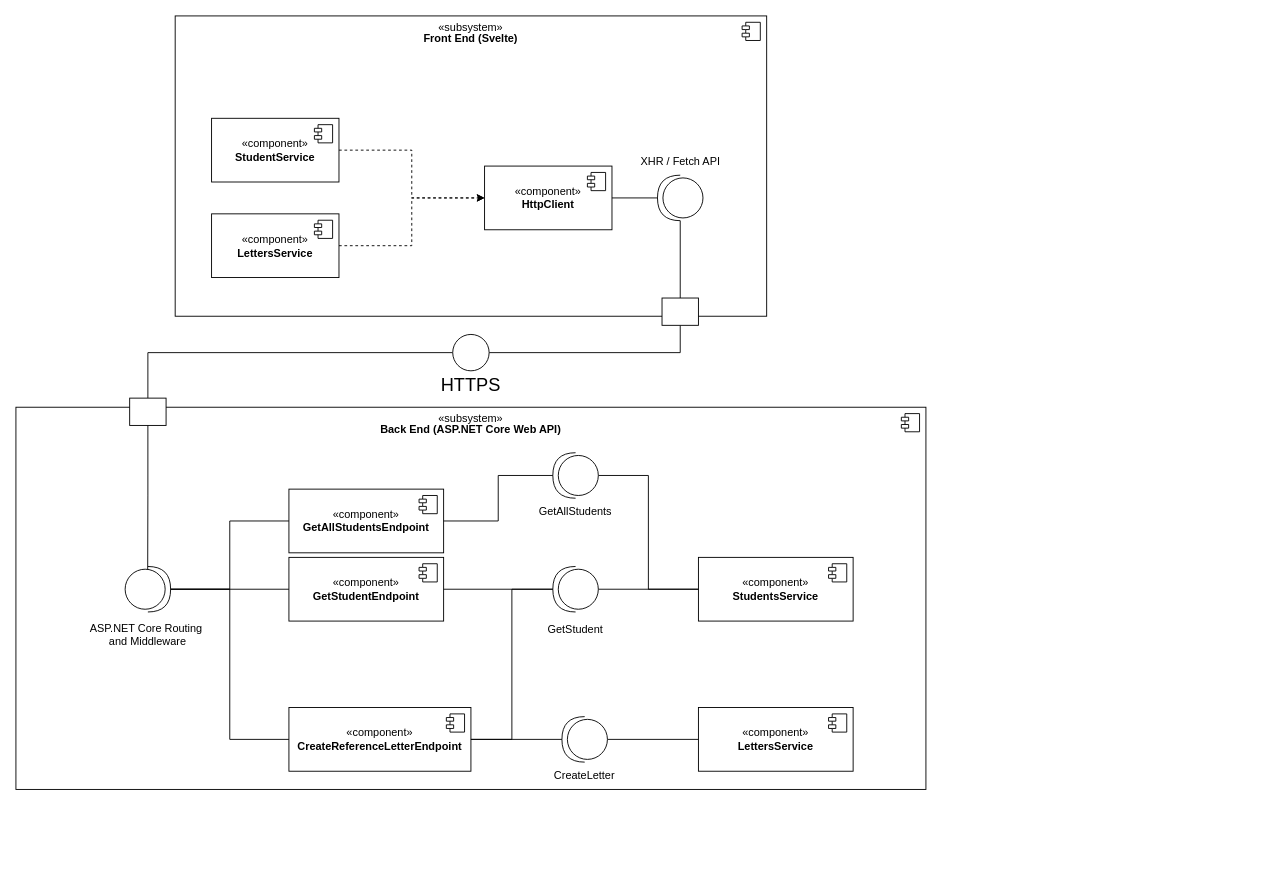
Noveboi/UniLetters.Diagrams keeps this draw.io diagram as Component/Component.drawio. Above is the earlier version. Source tidied: cells renumbered, new cells numbered last; positions are measured from the earlier drawing's top-left corner, leaving out a move shared by most shapes. Both pictures are drawn from the tidied source at 91%, with x=0, y=0 at pixel (15, 15).
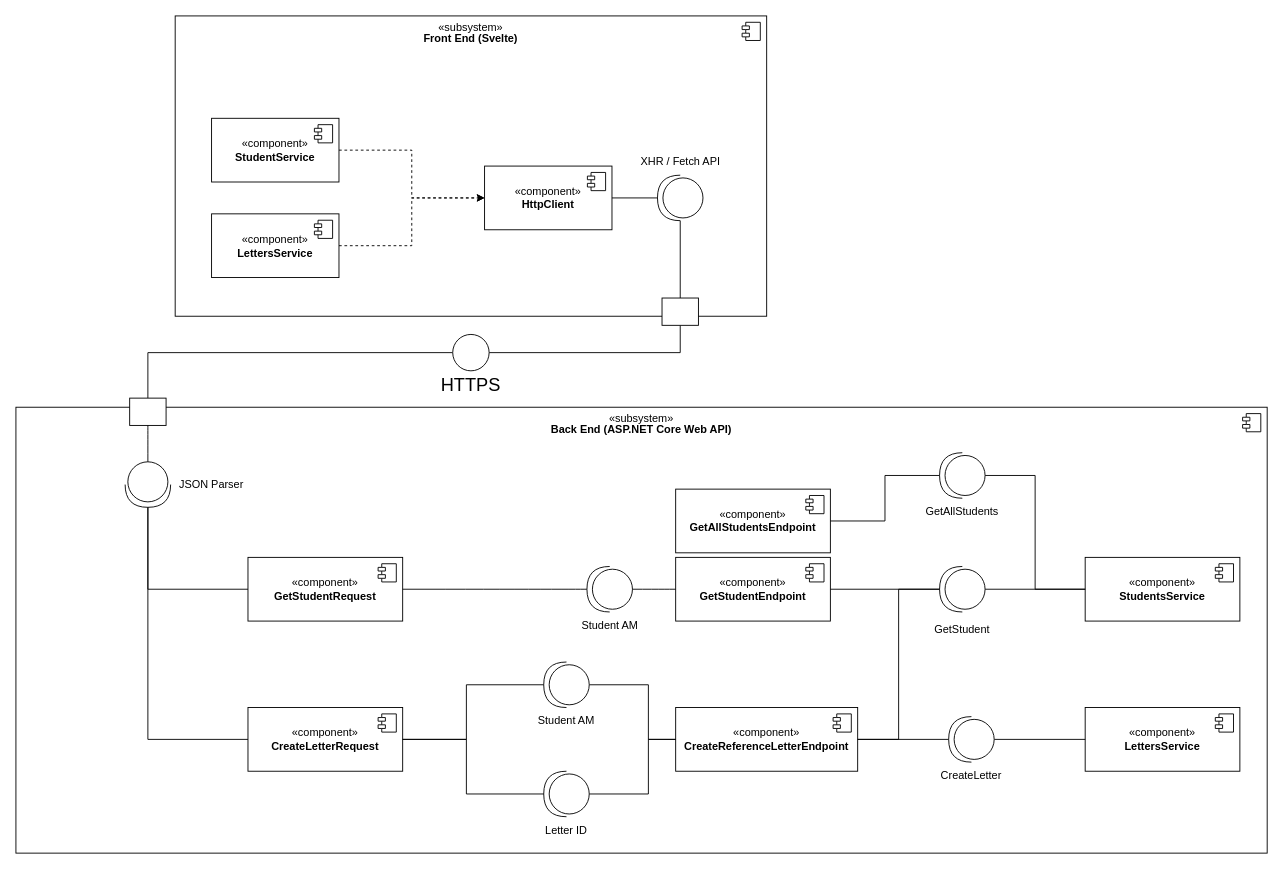
The same page after the edit.

Commit message:
Add more detail to back-end subsystem in Component v2

Unchanged cells that the change refers to:
```xml
<mxCell id="9" style="rounded=0;whiteSpace=wrap;html=1;strokeColor=default;align=center;verticalAlign=middle;fontFamily=Helvetica;fontSize=12;fontColor=default;fillColor=default;" parent="1" vertex="1">
  <mxGeometry x="125" y="420" width="40" height="30" as="geometry" />
</mxCell>
```

What changed in the source:
```diff
@@
     <mxCell id="4" value="&lt;div style=&quot;line-height: 100%;&quot;&gt;«subsystem»&lt;br&gt;&lt;b&gt;Back End (ASP.NET Core Web API)&lt;/b&gt;&lt;/div&gt;" style="html=1;whiteSpace=wrap;align=center;imageVerticalAlign=top;imageAspect=1;verticalAlign=top;" parent="1" vertex="1">
-      <mxGeometry y="430" width="1000" height="420" as="geometry" />
+      <mxGeometry y="430" width="1375" height="490" as="geometry" />
     </mxCell>
@@
     <mxCell id="24" value="«component»&lt;br&gt;&lt;b&gt;GetAllStudentsEndpoint&lt;/b&gt;" style="html=1;whiteSpace=wrap;strokeColor=default;align=center;verticalAlign=middle;fontFamily=Helvetica;fontSize=12;fontColor=default;fillColor=default;" parent="1" vertex="1">
-      <mxGeometry x="300" y="520" width="170" height="70" as="geometry" />
+      <mxGeometry x="725" y="520" width="170" height="70" as="geometry" />
     </mxCell>
@@
     <mxCell id="26" value="«component»&lt;br&gt;&lt;b&gt;GetStudentEndpoint&lt;/b&gt;" style="html=1;whiteSpace=wrap;strokeColor=default;align=center;verticalAlign=middle;fontFamily=Helvetica;fontSize=12;fontColor=default;fillColor=default;" parent="1" vertex="1">
-      <mxGeometry x="300" y="595" width="170" height="70" as="geometry" />
+      <mxGeometry x="725" y="595" width="170" height="70" as="geometry" />
     </mxCell>
@@
     <mxCell id="28" value="«component»&lt;br&gt;&lt;b&gt;CreateReferenceLetterEndpoint&lt;/b&gt;" style="html=1;whiteSpace=wrap;strokeColor=default;align=center;verticalAlign=middle;fontFamily=Helvetica;fontSize=12;fontColor=default;fillColor=default;" parent="1" vertex="1">
-      <mxGeometry x="300" y="760" width="200" height="70" as="geometry" />
+      <mxGeometry x="725" y="760" width="200" height="70" as="geometry" />
     </mxCell>
@@
-    <mxCell id="30" style="edgeStyle=orthogonalEdgeStyle;rounded=0;jettySize=auto;html=1;exitX=1;exitY=0.5;exitDx=0;exitDy=0;exitPerimeter=0;entryX=0;entryY=0.5;entryDx=0;entryDy=0;fontFamily=Helvetica;fontSize=12;fontColor=default;endArrow=none;startFill=0;" parent="1" edge="1" source="31" target="24">
-      <mxGeometry relative="1" as="geometry" />
-    </mxCell>
-    <mxCell id="31" style="shape=providedRequiredInterface;html=1;verticalLabelPosition=bottom;sketch=0;strokeColor=default;align=center;verticalAlign=middle;fontFamily=Helvetica;fontSize=12;fontColor=default;fillColor=default;rotation=0;" parent="1" vertex="1">
-      <mxGeometry x="120" y="605" width="50" height="50" as="geometry" />
-    </mxCell>
-    <mxCell id="32" style="edgeStyle=orthogonalEdgeStyle;rounded=0;jettySize=auto;html=1;entryX=1;entryY=0.5;entryDx=0;entryDy=0;entryPerimeter=0;fontFamily=Helvetica;fontSize=12;fontColor=default;endArrow=none;startFill=0;" parent="1" edge="1" source="26" target="31">
-      <mxGeometry relative="1" as="geometry" />
-    </mxCell>
-    <mxCell id="33" style="edgeStyle=orthogonalEdgeStyle;rounded=0;jettySize=auto;html=1;entryX=1;entryY=0.5;entryDx=0;entryDy=0;entryPerimeter=0;fontFamily=Helvetica;fontSize=12;fontColor=default;endArrow=none;startFill=0;" parent="1" edge="1" source="28" target="31">
-      <mxGeometry relative="1" as="geometry" />
-    </mxCell>
-    <mxCell id="34" style="edgeStyle=orthogonalEdgeStyle;rounded=0;jettySize=auto;html=1;entryX=0.496;entryY=0.062;entryDx=0;entryDy=0;entryPerimeter=0;fontFamily=Helvetica;fontSize=12;fontColor=default;endArrow=none;startFill=0;" parent="1" edge="1" source="9" target="31">
-      <mxGeometry relative="1" as="geometry" />
-    </mxCell>
-    <mxCell id="35" value="ASP.NET Core Routing&amp;nbsp;&lt;div&gt;and Middleware&lt;/div&gt;" style="text;html=1;align=center;verticalAlign=middle;whiteSpace=wrap;rounded=0;fontFamily=Helvetica;fontSize=12;fontColor=default;" parent="1" vertex="1">
-      <mxGeometry x="65" y="660" width="160" height="40" as="geometry" />
-    </mxCell>
     <mxCell id="36" value="«component»&lt;br&gt;&lt;b&gt;StudentsService&lt;/b&gt;" style="html=1;whiteSpace=wrap;strokeColor=default;align=center;verticalAlign=middle;fontFamily=Helvetica;fontSize=12;fontColor=default;fillColor=default;" parent="1" vertex="1">
-      <mxGeometry x="750" y="595" width="170" height="70" as="geometry" />
+      <mxGeometry x="1175" y="595" width="170" height="70" as="geometry" />
     </mxCell>
@@
     <mxCell id="38" value="«component»&lt;br&gt;&lt;b&gt;LettersService&lt;/b&gt;" style="html=1;whiteSpace=wrap;strokeColor=default;align=center;verticalAlign=middle;fontFamily=Helvetica;fontSize=12;fontColor=default;fillColor=default;" parent="1" vertex="1">
-      <mxGeometry x="750" y="760" width="170" height="70" as="geometry" />
+      <mxGeometry x="1175" y="760" width="170" height="70" as="geometry" />
     </mxCell>
@@
     <mxCell id="41" style="shape=providedRequiredInterface;html=1;verticalLabelPosition=bottom;sketch=0;strokeColor=default;align=center;verticalAlign=middle;fontFamily=Helvetica;fontSize=12;fontColor=default;fillColor=default;rotation=-180;" parent="1" vertex="1">
-      <mxGeometry x="590" y="480" width="50" height="50" as="geometry" />
+      <mxGeometry x="1015" y="480" width="50" height="50" as="geometry" />
     </mxCell>
@@
     <mxCell id="43" value="GetAllStudents" style="text;html=1;align=center;verticalAlign=middle;whiteSpace=wrap;rounded=0;fontFamily=Helvetica;fontSize=12;fontColor=default;" parent="1" vertex="1">
-      <mxGeometry x="565" y="530" width="100" height="30" as="geometry" />
+      <mxGeometry x="990" y="530" width="100" height="30" as="geometry" />
     </mxCell>
@@
     <mxCell id="45" style="shape=providedRequiredInterface;html=1;verticalLabelPosition=bottom;sketch=0;strokeColor=default;align=center;verticalAlign=middle;fontFamily=Helvetica;fontSize=12;fontColor=default;fillColor=default;rotation=-180;" parent="1" vertex="1">
-      <mxGeometry x="590" y="605" width="50" height="50" as="geometry" />
+      <mxGeometry x="1015" y="605" width="50" height="50" as="geometry" />
     </mxCell>
     <mxCell id="46" value="GetStudent" style="text;html=1;align=center;verticalAlign=middle;whiteSpace=wrap;rounded=0;fontFamily=Helvetica;fontSize=12;fontColor=default;" parent="1" vertex="1">
-      <mxGeometry x="565" y="660" width="100" height="30" as="geometry" />
+      <mxGeometry x="990" y="660" width="100" height="30" as="geometry" />
     </mxCell>
@@
     <mxCell id="50" style="shape=providedRequiredInterface;html=1;verticalLabelPosition=bottom;sketch=0;strokeColor=default;align=center;verticalAlign=middle;fontFamily=Helvetica;fontSize=12;fontColor=default;fillColor=default;rotation=-180;" parent="1" vertex="1">
-      <mxGeometry x="600" y="770" width="50" height="50" as="geometry" />
+      <mxGeometry x="1025" y="770" width="50" height="50" as="geometry" />
     </mxCell>
     <mxCell id="51" value="CreateLetter" style="text;html=1;align=center;verticalAlign=middle;whiteSpace=wrap;rounded=0;fontFamily=Helvetica;fontSize=12;fontColor=default;" parent="1" vertex="1">
-      <mxGeometry x="575" y="820" width="100" height="30" as="geometry" />
+      <mxGeometry x="1000" y="820" width="100" height="30" as="geometry" />
     </mxCell>
@@
+    <mxCell id="53" style="edgeStyle=none;curved=0;rounded=0;jettySize=auto;html=1;exitX=1;exitY=0.5;exitDx=0;exitDy=0;exitPerimeter=0;entryX=0;entryY=0.5;entryDx=0;entryDy=0;fontSize=12;startSize=8;endSize=8;endArrow=none;startFill=0;" parent="1" edge="1" source="55" target="58">
+      <mxGeometry relative="1" as="geometry">
+        <Array as="points">
+          <mxPoint x="145" y="630" />
+        </Array>
+      </mxGeometry>
+    </mxCell>
+    <mxCell id="54" style="edgeStyle=none;curved=0;rounded=0;jettySize=auto;html=1;exitX=1;exitY=0.5;exitDx=0;exitDy=0;exitPerimeter=0;entryX=0;entryY=0.5;entryDx=0;entryDy=0;fontSize=12;startSize=8;endSize=8;endArrow=none;startFill=0;" parent="1" edge="1" source="55" target="60">
+      <mxGeometry relative="1" as="geometry">
+        <Array as="points">
+          <mxPoint x="145" y="795" />
+        </Array>
+      </mxGeometry>
+    </mxCell>
+    <mxCell id="55" style="shape=providedRequiredInterface;html=1;verticalLabelPosition=bottom;sketch=0;rotation=90;" parent="1" vertex="1">
+      <mxGeometry x="120" y="490" width="50" height="50" as="geometry" />
+    </mxCell>
+    <mxCell id="56" style="edgeStyle=none;curved=1;rounded=0;jettySize=auto;html=1;exitX=0.5;exitY=1;exitDx=0;exitDy=0;entryX=0;entryY=0.5;entryDx=0;entryDy=0;entryPerimeter=0;fontSize=12;startSize=8;endSize=8;endArrow=none;startFill=0;" parent="1" edge="1" source="9" target="55">
+      <mxGeometry relative="1" as="geometry" />
+    </mxCell>
+    <mxCell id="57" value="Student AM" style="text;html=1;align=center;verticalAlign=middle;whiteSpace=wrap;rounded=0;fontFamily=Helvetica;fontSize=12;fontColor=default;" parent="1" vertex="1">
+      <mxGeometry x="612.5" y="655" width="80" height="30" as="geometry" />
+    </mxCell>
+    <mxCell id="58" value="«component»&lt;br&gt;&lt;b&gt;GetStudentRequest&lt;/b&gt;" style="html=1;whiteSpace=wrap;strokeColor=default;align=center;verticalAlign=middle;fontFamily=Helvetica;fontSize=12;fontColor=default;fillColor=default;" parent="1" vertex="1">
+      <mxGeometry x="255" y="595" width="170" height="70" as="geometry" />
+    </mxCell>
+    <mxCell id="59" style="shape=module;jettyWidth=8;jettyHeight=4;strokeColor=default;align=center;verticalAlign=middle;fontFamily=Helvetica;fontSize=12;fontColor=default;fillColor=default;" parent="58" vertex="1">
+      <mxGeometry x="1" width="20" height="20" relative="1" as="geometry">
+        <mxPoint x="-27" y="7" as="offset" />
+      </mxGeometry>
+    </mxCell>
+    <mxCell id="60" value="«component»&lt;br&gt;&lt;b&gt;CreateLetterRequest&lt;/b&gt;" style="html=1;whiteSpace=wrap;strokeColor=default;align=center;verticalAlign=middle;fontFamily=Helvetica;fontSize=12;fontColor=default;fillColor=default;" parent="1" vertex="1">
+      <mxGeometry x="255" y="760" width="170" height="70" as="geometry" />
+    </mxCell>
+    <mxCell id="61" style="shape=module;jettyWidth=8;jettyHeight=4;strokeColor=default;align=center;verticalAlign=middle;fontFamily=Helvetica;fontSize=12;fontColor=default;fillColor=default;" parent="60" vertex="1">
+      <mxGeometry x="1" width="20" height="20" relative="1" as="geometry">
+        <mxPoint x="-27" y="7" as="offset" />
+      </mxGeometry>
+    </mxCell>
+    <mxCell id="62" style="edgeStyle=none;curved=1;rounded=0;jettySize=auto;html=1;exitX=1;exitY=0.5;exitDx=0;exitDy=0;exitPerimeter=0;entryX=1;entryY=0.5;entryDx=0;entryDy=0;fontSize=12;startSize=8;endSize=8;endArrow=none;startFill=0;" parent="1" edge="1" source="63" target="58">
+      <mxGeometry relative="1" as="geometry" />
+    </mxCell>
+    <mxCell id="63" style="shape=providedRequiredInterface;html=1;verticalLabelPosition=bottom;sketch=0;strokeColor=default;align=center;verticalAlign=middle;fontFamily=Helvetica;fontSize=12;fontColor=default;fillColor=default;rotation=-180;" parent="1" vertex="1">
+      <mxGeometry x="627.5" y="605" width="50" height="50" as="geometry" />
+    </mxCell>
+    <mxCell id="64" style="edgeStyle=none;curved=1;rounded=0;jettySize=auto;html=1;entryX=0;entryY=0.5;entryDx=0;entryDy=0;entryPerimeter=0;fontSize=12;startSize=8;endSize=8;endArrow=none;startFill=0;" parent="1" edge="1" source="26" target="63">
+      <mxGeometry relative="1" as="geometry" />
+    </mxCell>
+    <mxCell id="65" value="JSON Parser" style="text;html=1;align=center;verticalAlign=middle;whiteSpace=wrap;rounded=0;fontFamily=Helvetica;fontSize=12;fontColor=default;" parent="1" vertex="1">
+      <mxGeometry x="175" y="500" width="80" height="30" as="geometry" />
+    </mxCell>
+    <mxCell id="66" style="edgeStyle=none;curved=0;rounded=0;jettySize=auto;html=1;entryX=0;entryY=0.5;entryDx=0;entryDy=0;fontSize=12;startSize=8;endSize=8;endArrow=none;startFill=0;" parent="1" edge="1" source="67" target="28">
+      <mxGeometry relative="1" as="geometry">
+        <Array as="points">
+          <mxPoint x="695" y="735" />
+          <mxPoint x="695" y="795" />
+        </Array>
+      </mxGeometry>
+    </mxCell>
+    <mxCell id="67" style="shape=providedRequiredInterface;html=1;verticalLabelPosition=bottom;sketch=0;strokeColor=default;align=center;verticalAlign=middle;fontFamily=Helvetica;fontSize=12;fontColor=default;fillColor=default;rotation=-180;" parent="1" vertex="1">
+      <mxGeometry x="580" y="710" width="50" height="50" as="geometry" />
+    </mxCell>
+    <mxCell id="68" style="edgeStyle=none;curved=0;rounded=0;jettySize=auto;html=1;exitX=0;exitY=0.5;exitDx=0;exitDy=0;exitPerimeter=0;entryX=0;entryY=0.5;entryDx=0;entryDy=0;fontSize=12;startSize=8;endSize=8;endArrow=none;startFill=0;" parent="1" edge="1" source="69" target="28">
+      <mxGeometry relative="1" as="geometry">
+        <Array as="points">
+          <mxPoint x="695" y="855" />
+          <mxPoint x="695" y="795" />
+        </Array>
+      </mxGeometry>
+    </mxCell>
+    <mxCell id="69" style="shape=providedRequiredInterface;html=1;verticalLabelPosition=bottom;sketch=0;strokeColor=default;align=center;verticalAlign=middle;fontFamily=Helvetica;fontSize=12;fontColor=default;fillColor=default;rotation=-180;" parent="1" vertex="1">
+      <mxGeometry x="580" y="830" width="50" height="50" as="geometry" />
+    </mxCell>
+    <mxCell id="70" value="Student AM" style="text;html=1;align=center;verticalAlign=middle;whiteSpace=wrap;rounded=0;fontFamily=Helvetica;fontSize=12;fontColor=default;" parent="1" vertex="1">
+      <mxGeometry x="565" y="760" width="80" height="30" as="geometry" />
+    </mxCell>
+    <mxCell id="71" value="Letter ID" style="text;html=1;align=center;verticalAlign=middle;whiteSpace=wrap;rounded=0;fontFamily=Helvetica;fontSize=12;fontColor=default;" parent="1" vertex="1">
+      <mxGeometry x="565" y="880" width="80" height="30" as="geometry" />
+    </mxCell>
+    <mxCell id="72" style="edgeStyle=none;curved=0;rounded=0;jettySize=auto;html=1;exitX=1;exitY=0.5;exitDx=0;exitDy=0;entryX=1;entryY=0.5;entryDx=0;entryDy=0;entryPerimeter=0;fontSize=12;startSize=8;endSize=8;endArrow=none;startFill=0;" parent="1" edge="1" source="60" target="67">
+      <mxGeometry relative="1" as="geometry">
+        <Array as="points">
+          <mxPoint x="495" y="795" />
+          <mxPoint x="495" y="735" />
+        </Array>
+      </mxGeometry>
+    </mxCell>
+    <mxCell id="73" style="edgeStyle=none;curved=0;rounded=0;jettySize=auto;html=1;entryX=1;entryY=0.5;entryDx=0;entryDy=0;entryPerimeter=0;fontSize=12;startSize=8;endSize=8;endArrow=none;startFill=0;" parent="1" edge="1" source="60" target="69">
+      <mxGeometry relative="1" as="geometry">
+        <Array as="points">
+          <mxPoint x="495" y="795" />
+          <mxPoint x="495" y="855" />
+        </Array>
+      </mxGeometry>
+    </mxCell>
```
